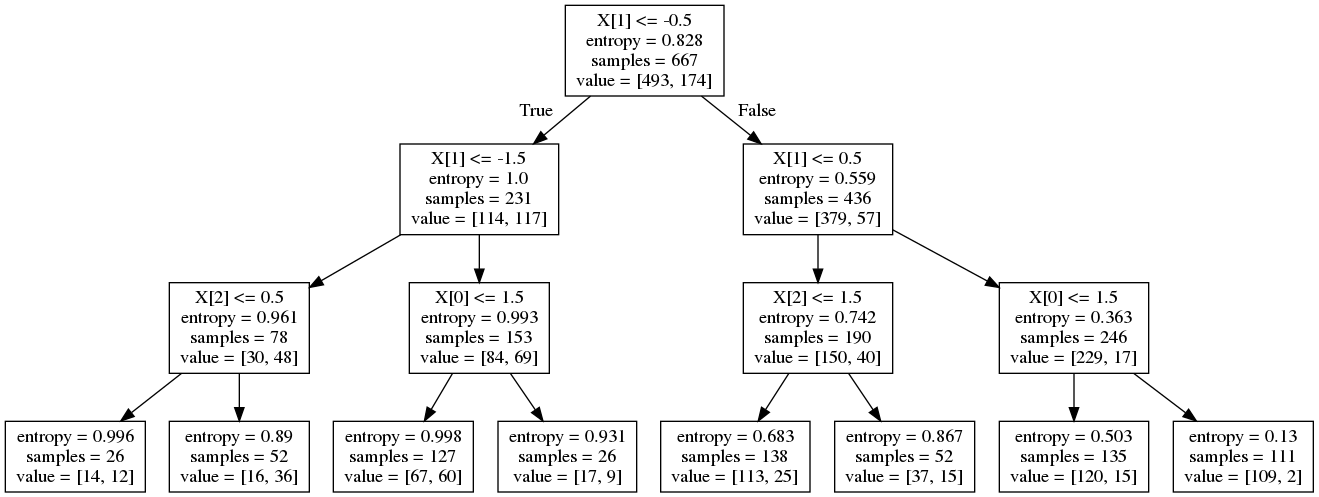
Earlier version of the Graphviz export connectFour.dot.png (aucookson97/decisionTree). Its source is kept beside it as connectFour.dot. Its diagram source:
```dot
digraph Tree {
node [shape=box] ;
0 [label="X[1] <= -0.5\nentropy = 0.828\nsamples = 667\nvalue = [493, 174]"] ;
1 [label="X[1] <= -1.5\nentropy = 1.0\nsamples = 231\nvalue = [114, 117]"] ;
0 -> 1 [labeldistance=2.5, labelangle=45, headlabel="True"] ;
2 [label="X[2] <= 0.5\nentropy = 0.961\nsamples = 78\nvalue = [30, 48]"] ;
1 -> 2 ;
3 [label="entropy = 0.996\nsamples = 26\nvalue = [14, 12]"] ;
2 -> 3 ;
4 [label="entropy = 0.89\nsamples = 52\nvalue = [16, 36]"] ;
2 -> 4 ;
5 [label="X[0] <= 1.5\nentropy = 0.993\nsamples = 153\nvalue = [84, 69]"] ;
1 -> 5 ;
6 [label="entropy = 0.998\nsamples = 127\nvalue = [67, 60]"] ;
5 -> 6 ;
7 [label="entropy = 0.931\nsamples = 26\nvalue = [17, 9]"] ;
5 -> 7 ;
8 [label="X[1] <= 0.5\nentropy = 0.559\nsamples = 436\nvalue = [379, 57]"] ;
0 -> 8 [labeldistance=2.5, labelangle=-45, headlabel="False"] ;
9 [label="X[2] <= 1.5\nentropy = 0.742\nsamples = 190\nvalue = [150, 40]"] ;
8 -> 9 ;
10 [label="entropy = 0.683\nsamples = 138\nvalue = [113, 25]"] ;
9 -> 10 ;
11 [label="entropy = 0.867\nsamples = 52\nvalue = [37, 15]"] ;
9 -> 11 ;
12 [label="X[0] <= 1.5\nentropy = 0.363\nsamples = 246\nvalue = [229, 17]"] ;
8 -> 12 ;
13 [label="entropy = 0.503\nsamples = 135\nvalue = [120, 15]"] ;
12 -> 13 ;
14 [label="entropy = 0.13\nsamples = 111\nvalue = [109, 2]"] ;
12 -> 14 ;
}
```
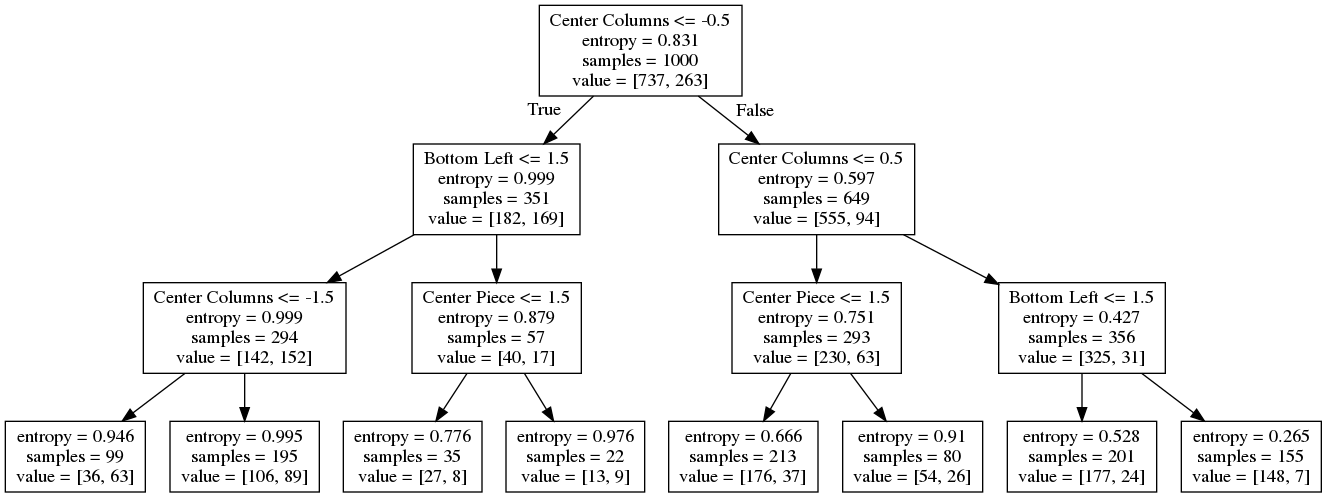
After the change.

Diff of the diagram source:
```diff
@@ -1,32 +1,32 @@
 digraph Tree {
 node [shape=box] ;
-0 [label="X[1] <= -0.5\nentropy = 0.828\nsamples = 667\nvalue = [493, 174]"] ;
-1 [label="X[1] <= -1.5\nentropy = 1.0\nsamples = 231\nvalue = [114, 117]"] ;
+0 [label="Center Columns <= -0.5\nentropy = 0.831\nsamples = 1000\nvalue = [737, 263]"] ;
+1 [label="Bottom Left <= 1.5\nentropy = 0.999\nsamples = 351\nvalue = [182, 169]"] ;
 0 -> 1 [labeldistance=2.5, labelangle=45, headlabel="True"] ;
-2 [label="X[2] <= 0.5\nentropy = 0.961\nsamples = 78\nvalue = [30, 48]"] ;
+2 [label="Center Columns <= -1.5\nentropy = 0.999\nsamples = 294\nvalue = [142, 152]"] ;
 1 -> 2 ;
-3 [label="entropy = 0.996\nsamples = 26\nvalue = [14, 12]"] ;
+3 [label="entropy = 0.946\nsamples = 99\nvalue = [36, 63]"] ;
 2 -> 3 ;
-4 [label="entropy = 0.89\nsamples = 52\nvalue = [16, 36]"] ;
+4 [label="entropy = 0.995\nsamples = 195\nvalue = [106, 89]"] ;
 2 -> 4 ;
-5 [label="X[0] <= 1.5\nentropy = 0.993\nsamples = 153\nvalue = [84, 69]"] ;
+5 [label="Center Piece <= 1.5\nentropy = 0.879\nsamples = 57\nvalue = [40, 17]"] ;
 1 -> 5 ;
-6 [label="entropy = 0.998\nsamples = 127\nvalue = [67, 60]"] ;
+6 [label="entropy = 0.776\nsamples = 35\nvalue = [27, 8]"] ;
 5 -> 6 ;
-7 [label="entropy = 0.931\nsamples = 26\nvalue = [17, 9]"] ;
+7 [label="entropy = 0.976\nsamples = 22\nvalue = [13, 9]"] ;
 5 -> 7 ;
-8 [label="X[1] <= 0.5\nentropy = 0.559\nsamples = 436\nvalue = [379, 57]"] ;
+8 [label="Center Columns <= 0.5\nentropy = 0.597\nsamples = 649\nvalue = [555, 94]"] ;
 0 -> 8 [labeldistance=2.5, labelangle=-45, headlabel="False"] ;
-9 [label="X[2] <= 1.5\nentropy = 0.742\nsamples = 190\nvalue = [150, 40]"] ;
+9 [label="Center Piece <= 1.5\nentropy = 0.751\nsamples = 293\nvalue = [230, 63]"] ;
 8 -> 9 ;
-10 [label="entropy = 0.683\nsamples = 138\nvalue = [113, 25]"] ;
+10 [label="entropy = 0.666\nsamples = 213\nvalue = [176, 37]"] ;
 9 -> 10 ;
-11 [label="entropy = 0.867\nsamples = 52\nvalue = [37, 15]"] ;
+11 [label="entropy = 0.91\nsamples = 80\nvalue = [54, 26]"] ;
 9 -> 11 ;
-12 [label="X[0] <= 1.5\nentropy = 0.363\nsamples = 246\nvalue = [229, 17]"] ;
+12 [label="Bottom Left <= 1.5\nentropy = 0.427\nsamples = 356\nvalue = [325, 31]"] ;
 8 -> 12 ;
-13 [label="entropy = 0.503\nsamples = 135\nvalue = [120, 15]"] ;
+13 [label="entropy = 0.528\nsamples = 201\nvalue = [177, 24]"] ;
 12 -> 13 ;
-14 [label="entropy = 0.13\nsamples = 111\nvalue = [109, 2]"] ;
+14 [label="entropy = 0.265\nsamples = 155\nvalue = [148, 7]"] ;
 12 -> 14 ;
 }
```
